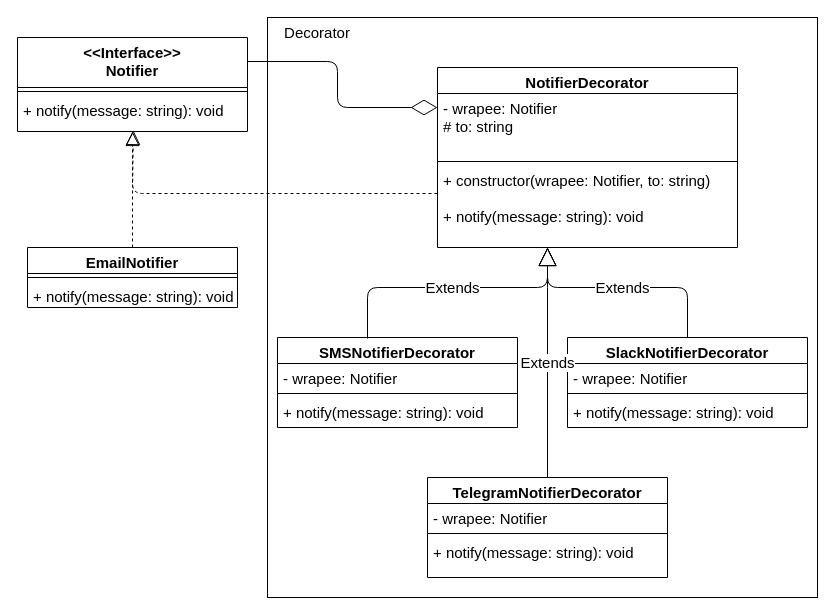
Before: structural/decorator/decorator.drawio in kirill-krasuk/design_patterns, a draw.io diagram. Source tidied: cells renumbered, new cells numbered last; positions are measured from the earlier drawing's top-left corner, leaving out a move shared by most shapes. Both pictures are drawn from the tidied source at 100%, with x=0, y=0 at pixel (17, 17).
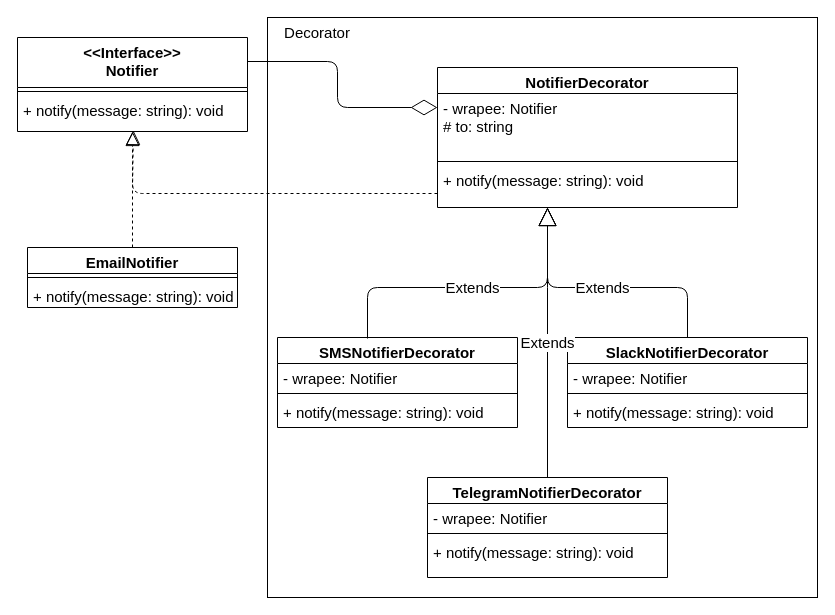
The same page after the edit.

Change to the diagram source:
```diff
@@
     <mxCell id="7" value="NotifierDecorator" style="swimlane;fontStyle=1;align=center;verticalAlign=top;horizontal=1;startSize=26;fontSize=15;" parent="1" vertex="1">
-      <mxGeometry x="420" y="50" width="300" height="180" as="geometry" />
+      <mxGeometry x="420" y="50" width="300" height="140" as="geometry" />
     </mxCell>
@@
-    <mxCell id="10" value="+ constructor(wrapee: Notifier, to: string)&#10;&#10;+ notify(message: string): void&#10;" style="text;strokeColor=none;fillColor=none;align=left;verticalAlign=top;spacingLeft=4;spacingRight=4;overflow=hidden;points=[[0,0.5],[1,0.5]];portConstraint=eastwest;fontSize=15;" parent="7" vertex="1">
-      <mxGeometry y="98" width="300" height="82" as="geometry" />
+    <mxCell id="10" value="+ notify(message: string): void&#10;" style="text;strokeColor=none;fillColor=none;align=left;verticalAlign=top;spacingLeft=4;spacingRight=4;overflow=hidden;points=[[0,0.5],[1,0.5]];portConstraint=eastwest;fontSize=15;" parent="7" vertex="1">
+      <mxGeometry y="98" width="300" height="42" as="geometry" />
     </mxCell>
```
